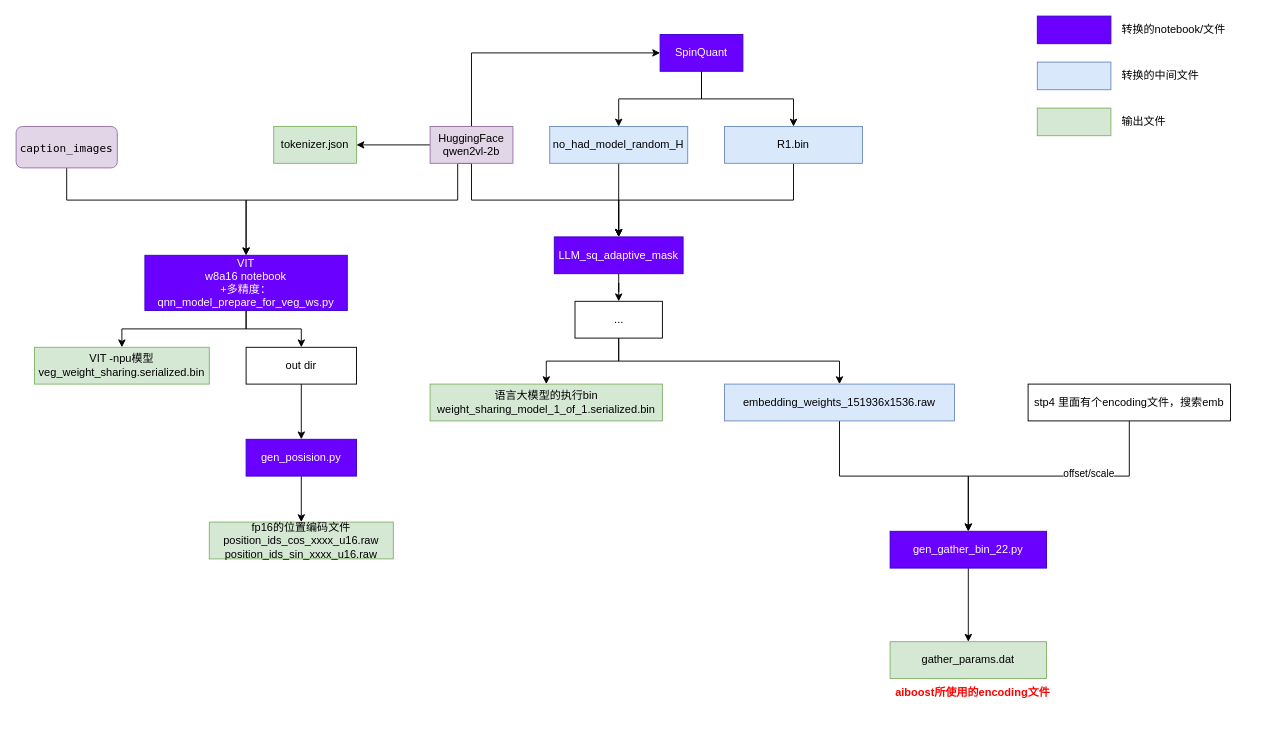
Above: LLM/mllm_hexagon_npu_convert.drawio in mailonghua/drawio (draw.io), before the change. Source tidied: cells renumbered, new cells numbered last; positions are measured from the earlier drawing's top-left corner, leaving out a move shared by most shapes. Both pictures are drawn from the tidied source at 92%, with x=0, y=0 at pixel (16, 16).
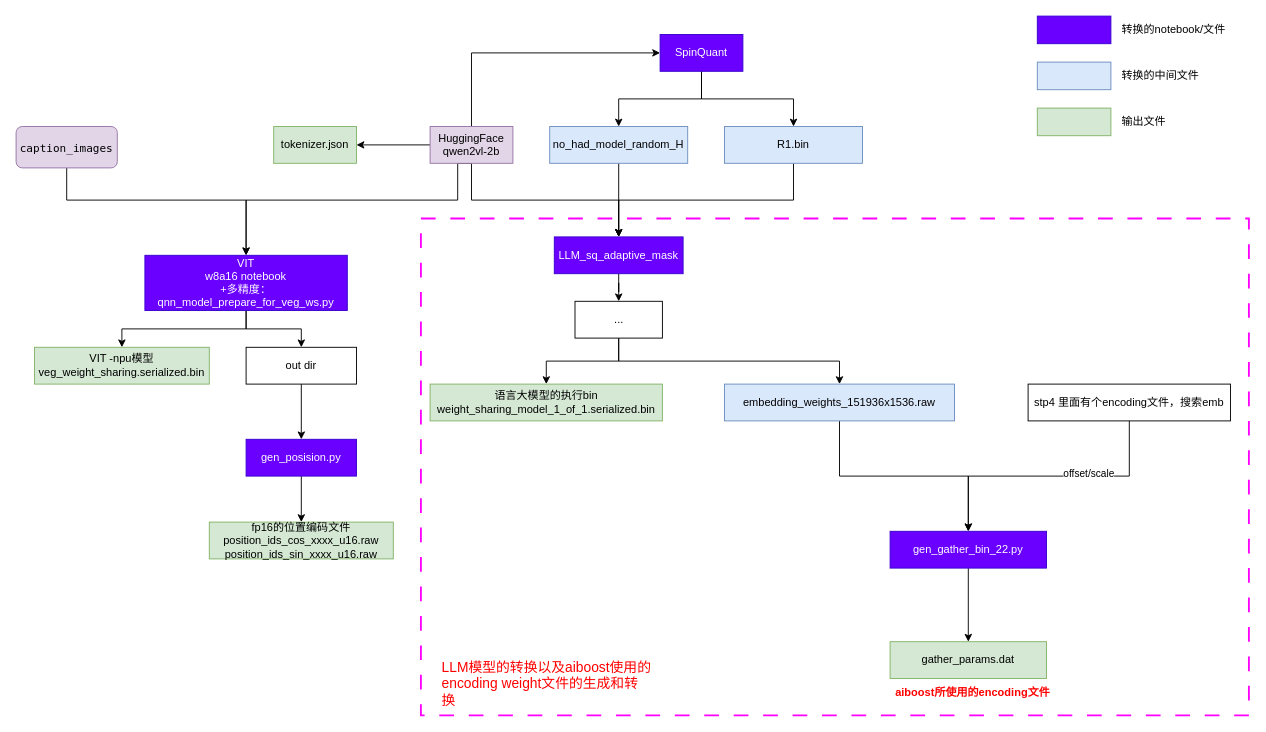
Above is the later version.

Change to the diagram source:
```diff
@@
+    <mxCell id="48" style="rounded=0;whiteSpace=wrap;html=1;dashed=1;dashPattern=8 8;strokeWidth=2;fillColor=none;strokeColor=#FF00FF;" parent="1" vertex="1">
+      <mxGeometry x="440" y="220" width="900" height="540" as="geometry" />
+    </mxCell>
@@
+    <mxCell id="49" value="LLM模型的转换以及aiboost使用的encoding weight文件的生成和转换" style="text;strokeColor=none;align=left;fillColor=none;html=1;verticalAlign=middle;whiteSpace=wrap;rounded=0;fontSize=15;fontColor=#FF0000;" parent="1" vertex="1">
+      <mxGeometry x="461.2" y="710" width="230" height="30" as="geometry" />
+    </mxCell>
```
